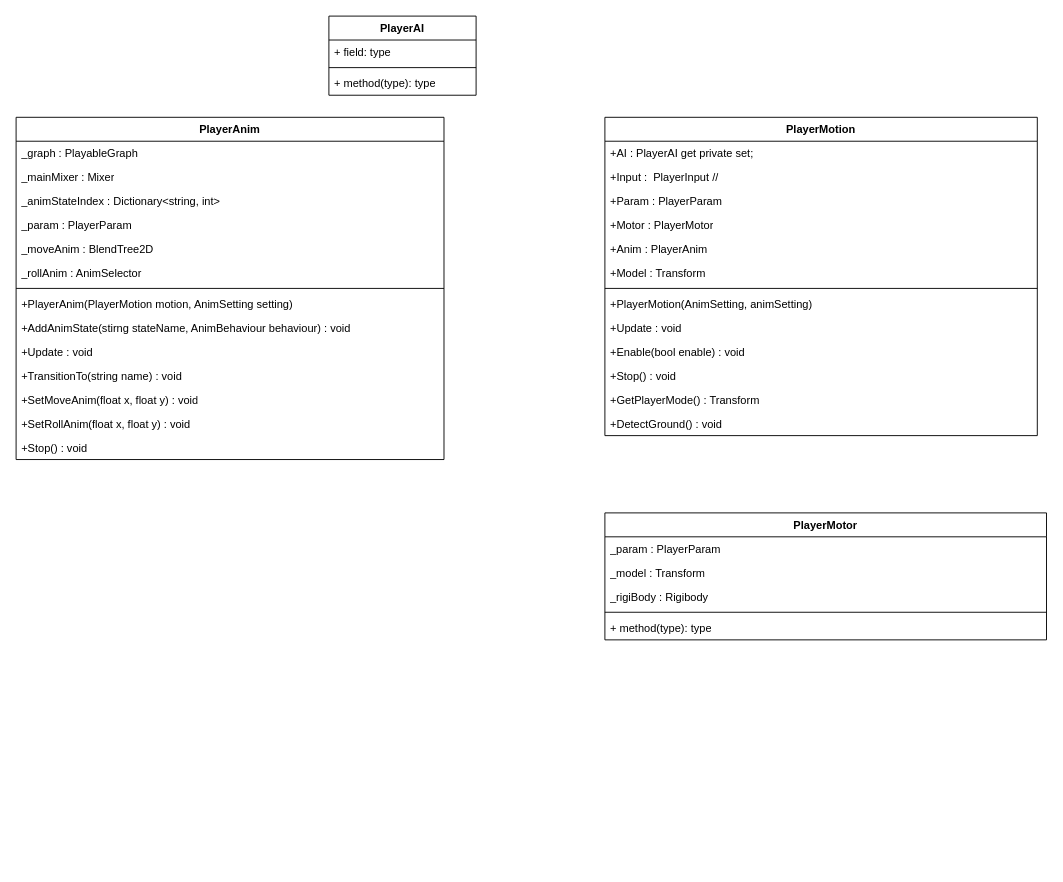
This is Motion.drawio from QAQSly/QAQSly, a draw.io file, before an edit. Source tidied: cells renumbered, new cells numbered last; positions are measured from the earlier drawing's top-left corner, leaving out a move shared by most shapes. Both pictures are drawn from the tidied source at 92%, with x=0, y=0 at pixel (16, 16).
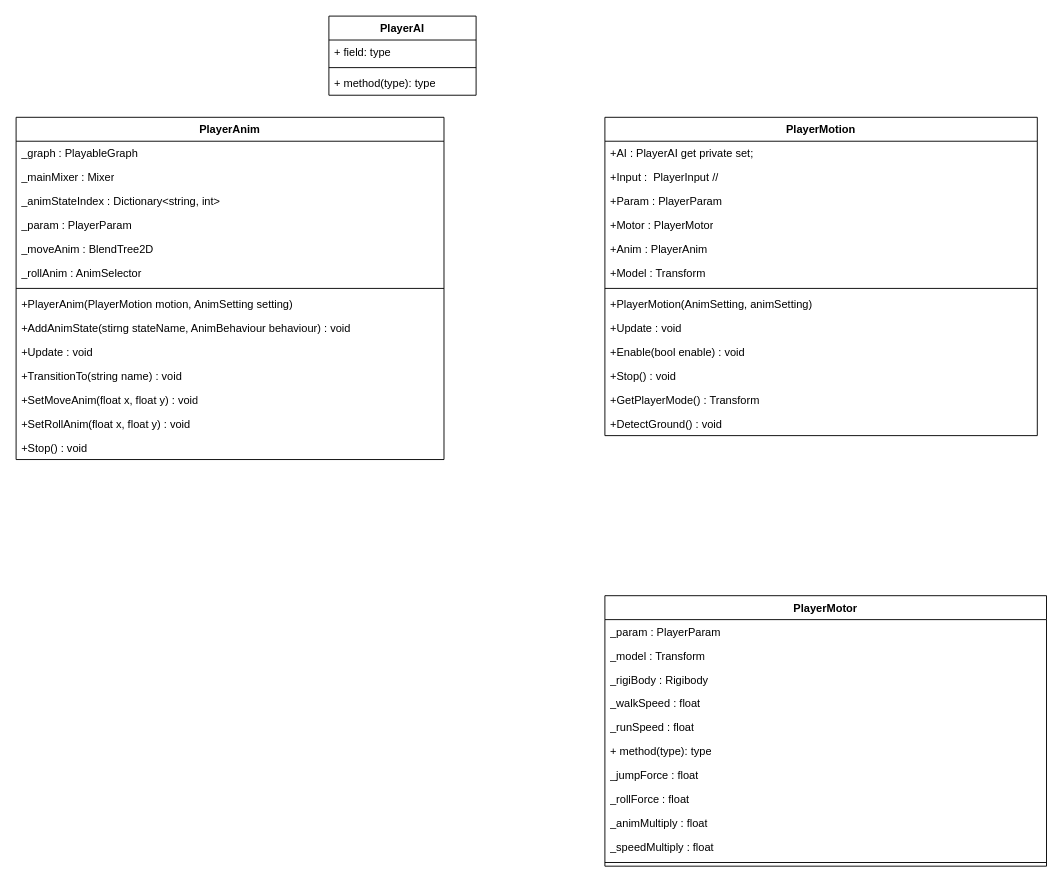
After the change.

Diff of the diagram source:
```diff
@@
     <mxCell id="35" value="PlayerMotor" style="swimlane;fontStyle=1;align=center;verticalAlign=top;horizontal=1;startSize=26;whiteSpace=wrap;html=1;" parent="1" vertex="1">
-      <mxGeometry x="640" y="540" width="480" height="138" as="geometry" />
+      <mxGeometry x="640" y="630" width="480" height="294" as="geometry" />
     </mxCell>
@@
+    <mxCell id="41" value="_walkSpeed : float" style="text;strokeColor=none;fillColor=none;align=left;verticalAlign=top;spacingLeft=4;spacingRight=4;overflow=hidden;whiteSpace=wrap;html=1;" parent="35" vertex="1">
+      <mxGeometry y="104" width="480" height="26" as="geometry" />
+    </mxCell>
+    <mxCell id="42" value="_runSpeed : float" style="text;strokeColor=none;fillColor=none;align=left;verticalAlign=top;spacingLeft=4;spacingRight=4;overflow=hidden;whiteSpace=wrap;html=1;" parent="35" vertex="1">
+      <mxGeometry y="130" width="480" height="26" as="geometry" />
+    </mxCell>
+    <mxCell id="40" value="+ method(type): type" style="text;strokeColor=none;fillColor=none;align=left;verticalAlign=top;spacingLeft=4;spacingRight=4;overflow=hidden;whiteSpace=wrap;html=1;" parent="35" vertex="1">
+      <mxGeometry y="156" width="480" height="26" as="geometry" />
+    </mxCell>
+    <mxCell id="43" value="_jumpForce : float" style="text;strokeColor=none;fillColor=none;align=left;verticalAlign=top;spacingLeft=4;spacingRight=4;overflow=hidden;whiteSpace=wrap;html=1;" parent="35" vertex="1">
+      <mxGeometry y="182" width="480" height="26" as="geometry" />
+    </mxCell>
+    <mxCell id="44" value="_rollForce : float" style="text;strokeColor=none;fillColor=none;align=left;verticalAlign=top;spacingLeft=4;spacingRight=4;overflow=hidden;whiteSpace=wrap;html=1;" parent="35" vertex="1">
+      <mxGeometry y="208" width="480" height="26" as="geometry" />
+    </mxCell>
+    <mxCell id="45" value="_animMultiply : float" style="text;strokeColor=none;fillColor=none;align=left;verticalAlign=top;spacingLeft=4;spacingRight=4;overflow=hidden;whiteSpace=wrap;html=1;" parent="35" vertex="1">
+      <mxGeometry y="234" width="480" height="26" as="geometry" />
+    </mxCell>
+    <mxCell id="46" value="_speedMultiply : float" style="text;strokeColor=none;fillColor=none;align=left;verticalAlign=top;spacingLeft=4;spacingRight=4;overflow=hidden;whiteSpace=wrap;html=1;" parent="35" vertex="1">
+      <mxGeometry y="260" width="480" height="26" as="geometry" />
+    </mxCell>
     <mxCell id="39" style="line;strokeWidth=1;fillColor=none;align=left;verticalAlign=middle;spacingTop=-1;spacingLeft=3;spacingRight=3;labelPosition=right;strokeColor=inherit;" parent="35" vertex="1">
-      <mxGeometry y="104" width="480" height="8" as="geometry" />
+      <mxGeometry y="286" width="480" height="8" as="geometry" />
     </mxCell>
-    <mxCell id="40" value="+ method(type): type" style="text;strokeColor=none;fillColor=none;align=left;verticalAlign=top;spacingLeft=4;spacingRight=4;overflow=hidden;whiteSpace=wrap;html=1;" parent="35" vertex="1">
-      <mxGeometry y="112" width="480" height="26" as="geometry" />
-    </mxCell>
```
